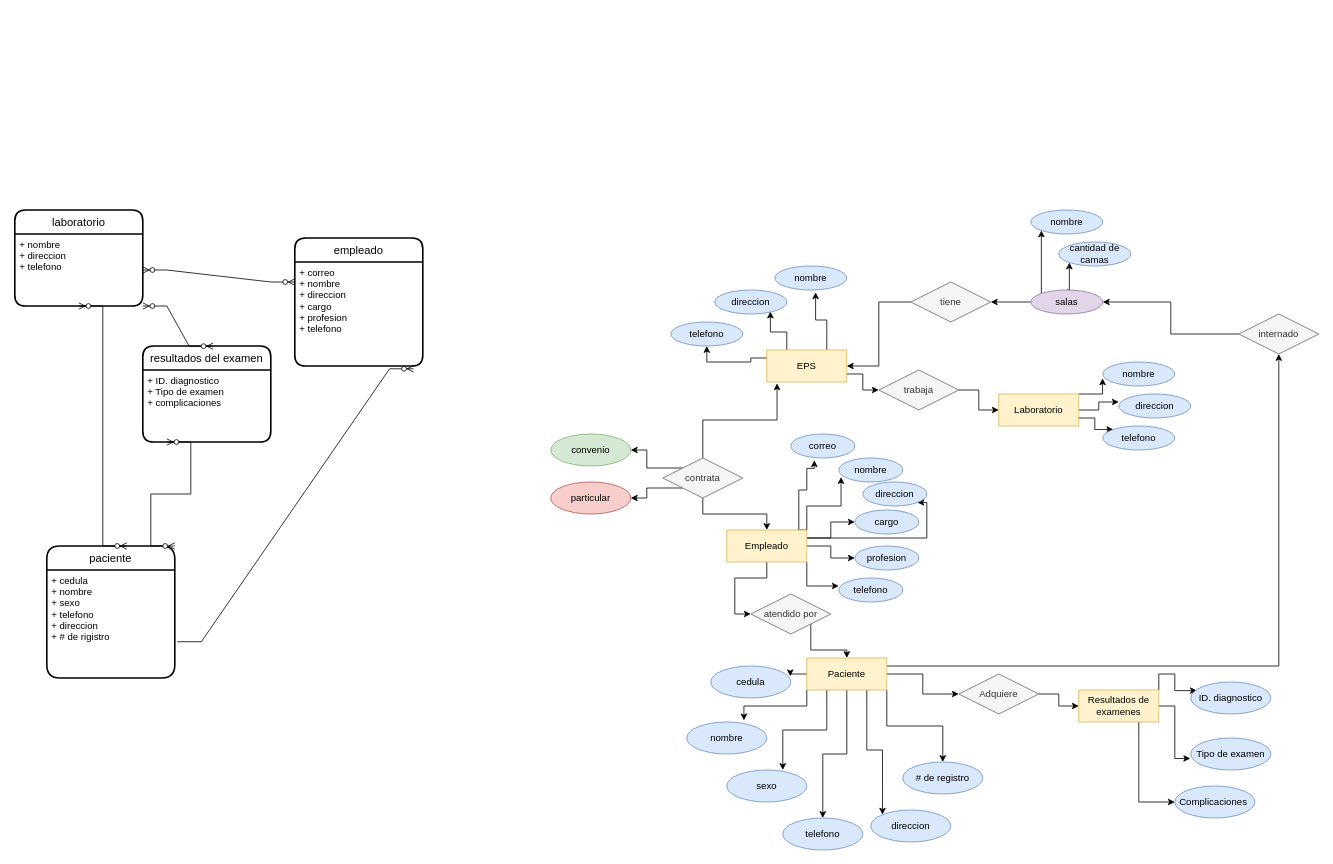
Before: Untitled Diagram.drawio in daninuno/daninuno, a draw.io diagram. Source tidied: cells renumbered, new cells numbered last; positions are measured from the earlier drawing's top-left corner, leaving out a move shared by most shapes. Both pictures are drawn from the tidied source at 80%, with x=0, y=0 at pixel (14, 210).
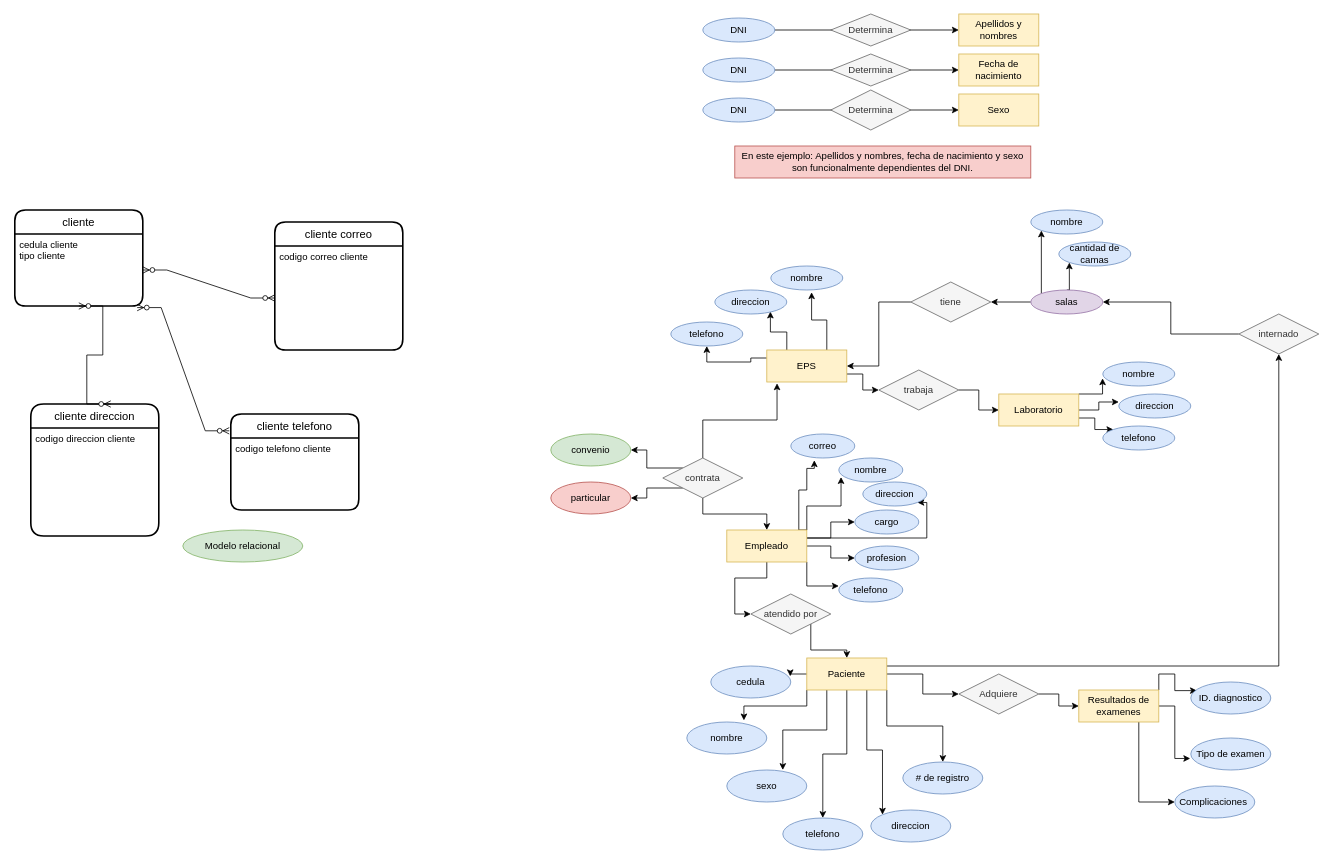
After the change.

The edit, as a diff of the source:
```diff
@@
     <mxCell id="60" value="nombre" style="ellipse;whiteSpace=wrap;html=1;align=center;fillColor=#dae8fc;strokeColor=#6c8ebf;" parent="1" vertex="1">
-      <mxGeometry x="950" y="70" width="90" height="30" as="geometry" />
+      <mxGeometry x="945" y="70" width="90" height="30" as="geometry" />
     </mxCell>
@@
-    <mxCell id="76" value="laboratorio" style="swimlane;horizontal=1;startSize=30;rounded=1;fontSize=14;fontStyle=0;strokeWidth=2;shadow=0;dashed=0;align=center;" parent="1" vertex="1">
+    <mxCell id="76" value="cliente" style="swimlane;horizontal=1;startSize=30;rounded=1;fontSize=14;fontStyle=0;strokeWidth=2;shadow=0;dashed=0;align=center;" parent="1" vertex="1">
       <mxGeometry width="160" height="120" as="geometry" />
     </mxCell>
-    <mxCell id="77" value="+ nombre&#10;+ direccion &#10;+ telefono" style="align=left;strokeColor=none;fillColor=none;spacingLeft=4;fontSize=12;verticalAlign=top;" parent="76" vertex="1">
+    <mxCell id="77" value="cedula cliente&#10;tipo cliente" style="align=left;strokeColor=none;fillColor=none;spacingLeft=4;fontSize=12;verticalAlign=top;" parent="76" vertex="1">
       <mxGeometry y="30" width="160" height="90" as="geometry" />
     </mxCell>
-    <mxCell id="78" value="resultados del examen" style="swimlane;horizontal=1;startSize=30;rounded=1;fontSize=14;fontStyle=0;strokeWidth=2;shadow=0;dashed=0;align=center;" parent="1" vertex="1">
-      <mxGeometry x="160" y="170" width="160" height="120" as="geometry" />
+    <mxCell id="78" value="cliente telefono" style="swimlane;horizontal=1;startSize=30;rounded=1;fontSize=14;fontStyle=0;strokeWidth=2;shadow=0;dashed=0;align=center;" parent="1" vertex="1">
+      <mxGeometry x="270" y="255" width="160" height="120" as="geometry" />
     </mxCell>
-    <mxCell id="79" value="+ ID. diagnostico&#10;+ Tipo de examen&#10;+ complicaciones" style="align=left;strokeColor=none;fillColor=none;spacingLeft=4;fontSize=12;verticalAlign=top;" parent="78" vertex="1">
+    <mxCell id="79" value="codigo telefono cliente" style="align=left;strokeColor=none;fillColor=none;spacingLeft=4;fontSize=12;verticalAlign=top;" parent="78" vertex="1">
       <mxGeometry y="30" width="160" height="90" as="geometry" />
     </mxCell>
-    <mxCell id="80" value="empleado" style="swimlane;horizontal=1;startSize=30;rounded=1;fontSize=14;fontStyle=0;strokeWidth=2;shadow=0;dashed=0;align=center;" parent="1" vertex="1">
-      <mxGeometry x="350" y="35" width="160" height="160" as="geometry" />
+    <mxCell id="80" value="cliente correo" style="swimlane;horizontal=1;startSize=30;rounded=1;fontSize=14;fontStyle=0;strokeWidth=2;shadow=0;dashed=0;align=center;" parent="1" vertex="1">
+      <mxGeometry x="325" y="15" width="160" height="160" as="geometry" />
     </mxCell>
-    <mxCell id="81" value="+ correo&#10;+ nombre&#10;+ direccion&#10;+ cargo&#10;+ profesion&#10;+ telefono&#10;" style="align=left;strokeColor=none;fillColor=none;spacingLeft=4;fontSize=12;verticalAlign=top;" parent="80" vertex="1">
+    <mxCell id="81" value="codigo correo cliente" style="align=left;strokeColor=none;fillColor=none;spacingLeft=4;fontSize=12;verticalAlign=top;" parent="80" vertex="1">
       <mxGeometry y="30" width="160" height="130" as="geometry" />
     </mxCell>
-    <mxCell id="82" value="paciente" style="swimlane;horizontal=1;startSize=30;rounded=1;fontSize=14;fontStyle=0;strokeWidth=2;shadow=0;dashed=0;align=center;arcSize=18;" parent="1" vertex="1">
-      <mxGeometry x="40" y="420" width="160" height="165" as="geometry" />
+    <mxCell id="82" value="cliente direccion" style="swimlane;horizontal=1;startSize=30;rounded=1;fontSize=14;fontStyle=0;strokeWidth=2;shadow=0;dashed=0;align=center;arcSize=18;" parent="1" vertex="1">
+      <mxGeometry x="20" y="242.5" width="160" height="165" as="geometry" />
     </mxCell>
-    <mxCell id="83" value="+ cedula&#10;+ nombre&#10;+ sexo&#10;+ telefono&#10;+ direccion&#10;+ # de rigistro" style="align=left;strokeColor=none;fillColor=none;spacingLeft=4;fontSize=12;verticalAlign=top;" parent="82" vertex="1">
+    <mxCell id="83" value="codigo direccion cliente" style="align=left;strokeColor=none;fillColor=none;spacingLeft=4;fontSize=12;verticalAlign=top;" parent="82" vertex="1">
       <mxGeometry y="30" width="160" height="135" as="geometry" />
     </mxCell>
-    <mxCell id="84" style="edgeStyle=entityRelationEdgeStyle;fontSize=12;html=1;endArrow=ERzeroToMany;endFill=1;startArrow=ERzeroToMany;rounded=0;exitX=1;exitY=0.5;exitDx=0;exitDy=0;" parent="1" edge="1" source="77">
-      <mxGeometry relative="1" as="geometry">
-        <mxPoint x="350" y="90" as="targetPoint" />
-      </mxGeometry>
+    <mxCell id="84" style="edgeStyle=entityRelationEdgeStyle;fontSize=12;html=1;endArrow=ERzeroToMany;endFill=1;startArrow=ERzeroToMany;rounded=0;exitX=1;exitY=0.5;exitDx=0;exitDy=0;entryX=0;entryY=0.5;entryDx=0;entryDy=0;" parent="1" edge="1" source="77" target="81">
+      <mxGeometry relative="1" as="geometry" />
     </mxCell>
+    <mxCell id="86" style="edgeStyle=entityRelationEdgeStyle;fontSize=12;html=1;endArrow=ERzeroToMany;endFill=1;startArrow=ERzeroToMany;rounded=0;entryX=0.625;entryY=0;entryDx=0;entryDy=0;entryPerimeter=0;exitX=0.5;exitY=1;exitDx=0;exitDy=0;" parent="1" edge="1" source="77" target="82">
+      <mxGeometry relative="1" as="geometry" />
+    </mxCell>
-    <mxCell id="85" style="edgeStyle=entityRelationEdgeStyle;fontSize=12;html=1;endArrow=ERzeroToMany;endFill=1;startArrow=ERzeroToMany;rounded=0;exitX=1;exitY=1;exitDx=0;exitDy=0;entryX=0.55;entryY=0.002;entryDx=0;entryDy=0;entryPerimeter=0;" parent="1" edge="1" source="77" target="78">
+    <mxCell id="85" style="edgeStyle=entityRelationEdgeStyle;fontSize=12;html=1;endArrow=ERzeroToMany;endFill=1;startArrow=ERzeroToMany;rounded=0;exitX=0.956;exitY=1.022;exitDx=0;exitDy=0;exitPerimeter=0;entryX=-0.012;entryY=0.175;entryDx=0;entryDy=0;entryPerimeter=0;" parent="1" edge="1" source="77" target="78">
       <mxGeometry relative="1" as="geometry" />
     </mxCell>
-    <mxCell id="86" style="edgeStyle=entityRelationEdgeStyle;fontSize=12;html=1;endArrow=ERzeroToMany;endFill=1;startArrow=ERzeroToMany;rounded=0;entryX=0.625;entryY=0;entryDx=0;entryDy=0;entryPerimeter=0;exitX=0.5;exitY=1;exitDx=0;exitDy=0;" parent="1" edge="1" source="77" target="82">
-      <mxGeometry relative="1" as="geometry" />
-    </mxCell>
-    <mxCell id="87" style="edgeStyle=entityRelationEdgeStyle;fontSize=12;html=1;endArrow=ERzeroToMany;endFill=1;rounded=0;exitX=1.02;exitY=0.664;exitDx=0;exitDy=0;exitPerimeter=0;entryX=0.928;entryY=1.027;entryDx=0;entryDy=0;entryPerimeter=0;" parent="1" edge="1" source="83" target="81">
-      <mxGeometry relative="1" as="geometry" />
-    </mxCell>
-    <mxCell id="88" style="edgeStyle=entityRelationEdgeStyle;fontSize=12;html=1;endArrow=ERzeroToMany;endFill=1;startArrow=ERzeroToMany;rounded=0;entryX=1;entryY=0;entryDx=0;entryDy=0;" parent="1" edge="1" target="82">
-      <mxGeometry relative="1" as="geometry">
-        <mxPoint x="190" y="290" as="sourcePoint" />
-      </mxGeometry>
-    </mxCell>
+    <mxCell id="89" value="Modelo relacional" style="ellipse;whiteSpace=wrap;html=1;align=center;fillColor=#d5e8d4;strokeColor=#82b366;" parent="1" vertex="1">
+      <mxGeometry x="210" y="400" width="150" height="40" as="geometry" />
+    </mxCell>
+    <mxCell id="90" style="edgeStyle=orthogonalEdgeStyle;rounded=0;jettySize=auto;html=1;entryX=0;entryY=0.5;entryDx=0;entryDy=0;" parent="1" edge="1" source="91" target="92">
+      <mxGeometry relative="1" as="geometry" />
+    </mxCell>
+    <mxCell id="91" value="DNI" style="ellipse;whiteSpace=wrap;html=1;align=center;fillColor=#dae8fc;strokeColor=#6c8ebf;" parent="1" vertex="1">
+      <mxGeometry x="860" y="-240" width="90" height="30" as="geometry" />
+    </mxCell>
+    <mxCell id="92" value="Apellidos y nombres" style="whiteSpace=wrap;html=1;align=center;fillColor=#fff2cc;strokeColor=#d6b656;" parent="1" vertex="1">
+      <mxGeometry x="1180" y="-245" width="100" height="40" as="geometry" />
+    </mxCell>
+    <mxCell id="93" style="edgeStyle=orthogonalEdgeStyle;rounded=0;jettySize=auto;html=1;entryX=0;entryY=0.5;entryDx=0;entryDy=0;" parent="1" edge="1" source="94" target="97">
+      <mxGeometry relative="1" as="geometry" />
+    </mxCell>
+    <mxCell id="94" value="DNI" style="ellipse;whiteSpace=wrap;html=1;align=center;fillColor=#dae8fc;strokeColor=#6c8ebf;" parent="1" vertex="1">
+      <mxGeometry x="860" y="-190" width="90" height="30" as="geometry" />
+    </mxCell>
+    <mxCell id="95" style="edgeStyle=orthogonalEdgeStyle;rounded=0;jettySize=auto;html=1;" parent="1" edge="1" source="96" target="98">
+      <mxGeometry relative="1" as="geometry" />
+    </mxCell>
+    <mxCell id="96" value="DNI" style="ellipse;whiteSpace=wrap;html=1;align=center;fillColor=#dae8fc;strokeColor=#6c8ebf;" parent="1" vertex="1">
+      <mxGeometry x="860" y="-140" width="90" height="30" as="geometry" />
+    </mxCell>
+    <mxCell id="97" value="Fecha de nacimiento" style="whiteSpace=wrap;html=1;align=center;fillColor=#fff2cc;strokeColor=#d6b656;" parent="1" vertex="1">
+      <mxGeometry x="1180" y="-195" width="100" height="40" as="geometry" />
+    </mxCell>
+    <mxCell id="98" value="Sexo" style="whiteSpace=wrap;html=1;align=center;fillColor=#fff2cc;strokeColor=#d6b656;" parent="1" vertex="1">
+      <mxGeometry x="1180" y="-145" width="100" height="40" as="geometry" />
+    </mxCell>
+    <mxCell id="99" value="Determina" style="shape=rhombus;perimeter=rhombusPerimeter;whiteSpace=wrap;html=1;align=center;fillColor=#f5f5f5;fontColor=#333333;strokeColor=#666666;" parent="1" vertex="1">
+      <mxGeometry x="1020" y="-245" width="100" height="40" as="geometry" />
+    </mxCell>
+    <mxCell id="100" value="Determina" style="shape=rhombus;perimeter=rhombusPerimeter;whiteSpace=wrap;html=1;align=center;fillColor=#f5f5f5;fontColor=#333333;strokeColor=#666666;" parent="1" vertex="1">
+      <mxGeometry x="1020" y="-195" width="100" height="40" as="geometry" />
+    </mxCell>
+    <mxCell id="101" value="Determina" style="shape=rhombus;perimeter=rhombusPerimeter;whiteSpace=wrap;html=1;align=center;fillColor=#f5f5f5;fontColor=#333333;strokeColor=#666666;" parent="1" vertex="1">
+      <mxGeometry x="1020" y="-150" width="100" height="50" as="geometry" />
+    </mxCell>
+    <mxCell id="102" value="En este ejemplo: Apellidos y nombres, fecha de nacimiento y sexo son funcionalmente dependientes del DNI." style="whiteSpace=wrap;html=1;align=center;fillColor=#f8cecc;strokeColor=#b85450;" parent="1" vertex="1">
+      <mxGeometry x="900" y="-80" width="370" height="40" as="geometry" />
+    </mxCell>
```
